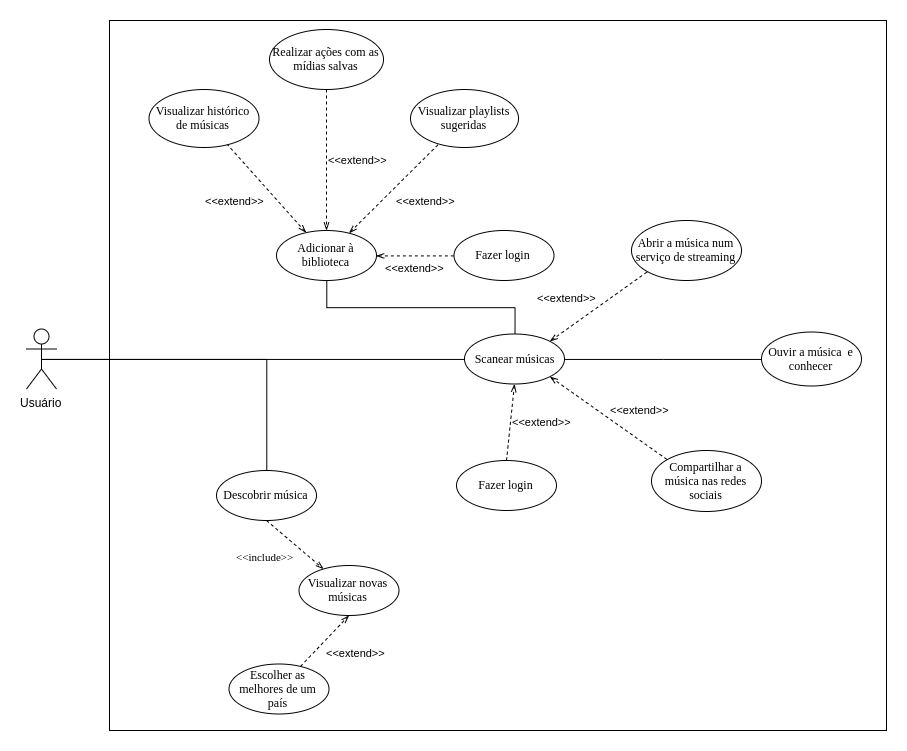
The draw.io diagram docs/assets/img/DCU/DCU_geral.png in Wictorgirardi/2019.2-Shazam, before a commit. Source tidied: cells renumbered, new cells last; positions are measured from the earlier drawing's top-left corner, leaving out a move shared by most shapes.
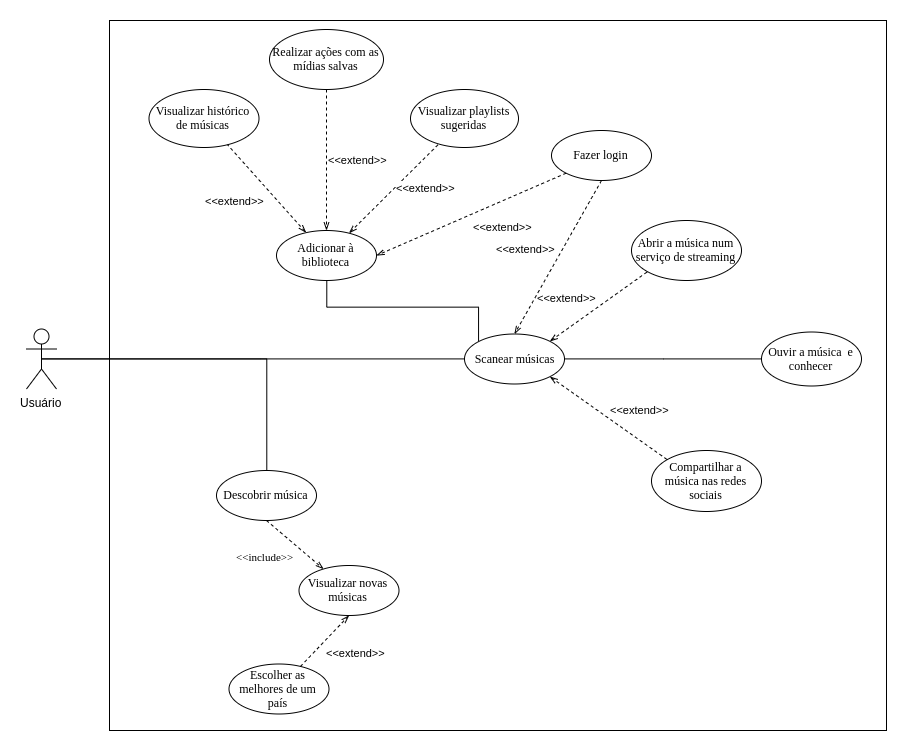
Later version of the same file.

Commit message:
Novo diagrama geral

Diff of the diagram source:
```diff
@@ -32,19 +32,13 @@
     <mxCell id="11" value="&lt;div&gt;Ouvir a música&amp;nbsp; e conhecer&lt;br&gt;&lt;/div&gt;" style="ellipse;whiteSpace=wrap;html=1;fillColor=none;fontFamily=Verdana;" parent="1" vertex="1">
       <mxGeometry x="735" y="311.5" width="100" height="54" as="geometry" />
     </mxCell>
-    <mxCell id="12" value="&lt;span style=&quot;font-family: &amp;#34;helvetica&amp;#34; ; font-size: 11px ; text-align: center&quot;&gt;&amp;lt;&amp;lt;extend&amp;gt;&amp;gt;&lt;/span&gt;" style="rounded=0;jettySize=auto;html=1;exitX=0.5;exitY=0;exitDx=0;exitDy=0;entryX=0.5;entryY=1;entryDx=0;entryDy=0;startArrow=none;startFill=0;endArrow=openThin;endFill=0;fontFamily=Verdana;fontSize=10;dashed=1;labelPosition=right;verticalLabelPosition=middle;align=left;verticalAlign=middle;" parent="1" edge="1" source="13" target="10">
-      <mxGeometry relative="1" as="geometry" />
-    </mxCell>
-    <mxCell id="13" value="Fazer login" style="ellipse;whiteSpace=wrap;html=1;fillColor=none;fontFamily=Verdana;" parent="1" vertex="1">
-      <mxGeometry x="430" y="440" width="100" height="50" as="geometry" />
-    </mxCell>
     <mxCell id="14" value="&lt;span style=&quot;font-size: 11px ; text-align: center&quot;&gt;&amp;lt;&amp;lt;extend&amp;gt;&amp;gt;&lt;/span&gt;" style="rounded=0;jettySize=auto;html=1;startArrow=openThin;startFill=0;endArrow=none;endFill=0;fontSize=10;labelPosition=left;verticalLabelPosition=bottom;align=right;verticalAlign=top;dashed=1;" parent="1" edge="1" source="17" target="19">
       <mxGeometry relative="1" as="geometry" />
     </mxCell>
-    <mxCell id="15" value="&lt;span style=&quot;font-size: 11px ; text-align: center&quot;&gt;&amp;lt;&amp;lt;extend&amp;gt;&amp;gt;&lt;/span&gt;" style="edgeStyle=none;rounded=0;jettySize=auto;html=1;startArrow=openThin;startFill=0;endArrow=none;endFill=0;fontSize=10;labelPosition=right;verticalLabelPosition=bottom;align=left;verticalAlign=top;dashed=1;" parent="1" edge="1" source="17" target="18">
+    <mxCell id="15" value="&lt;span style=&quot;font-size: 11px ; text-align: center&quot;&gt;&amp;lt;&amp;lt;extend&amp;gt;&amp;gt;&lt;/span&gt;" style="edgeStyle=none;rounded=0;jettySize=auto;html=1;startArrow=openThin;startFill=0;endArrow=none;endFill=0;fontSize=10;labelPosition=right;verticalLabelPosition=middle;align=left;verticalAlign=middle;dashed=1;" parent="1" edge="1" source="17" target="18">
       <mxGeometry relative="1" as="geometry" />
     </mxCell>
-    <mxCell id="16" style="rounded=0;jettySize=auto;html=1;exitX=0.5;exitY=1;exitDx=0;exitDy=0;entryX=0.5;entryY=0;entryDx=0;entryDy=0;startArrow=none;startFill=0;endArrow=none;endFill=0;labelPosition=left;verticalLabelPosition=bottom;align=right;verticalAlign=top;edgeStyle=orthogonalEdgeStyle;" parent="1" edge="1" source="17" target="10">
+    <mxCell id="16" style="rounded=0;jettySize=auto;html=1;exitX=0.5;exitY=1;exitDx=0;exitDy=0;entryX=0;entryY=0;entryDx=0;entryDy=0;startArrow=none;startFill=0;endArrow=none;endFill=0;labelPosition=left;verticalLabelPosition=bottom;align=right;verticalAlign=top;edgeStyle=orthogonalEdgeStyle;" parent="1" edge="1" source="17" target="10">
       <mxGeometry x="-0.21" y="-28" relative="1" as="geometry" />
     </mxCell>
     <mxCell id="17" value="Adicionar à biblioteca" style="ellipse;whiteSpace=wrap;html=1;fillColor=none;fontFamily=Verdana;" parent="1" vertex="1">
@@ -80,11 +74,14 @@
     <mxCell id="27" value="Abrir a música num serviço de streaming" style="ellipse;whiteSpace=wrap;html=1;fillColor=none;fontFamily=Verdana;" parent="1" vertex="1">
       <mxGeometry x="605" y="200" width="110" height="60" as="geometry" />
     </mxCell>
-    <mxCell id="28" value="&amp;lt;&amp;lt;extend&amp;gt;&amp;gt;" style="edgeStyle=orthogonalEdgeStyle;rounded=0;jettySize=auto;html=1;exitX=0;exitY=0.5;exitDx=0;exitDy=0;entryX=1;entryY=0.5;entryDx=0;entryDy=0;endArrow=openThin;endFill=0;dashed=1;labelPosition=center;verticalLabelPosition=bottom;align=center;verticalAlign=top;" parent="1" edge="1" source="29" target="17">
+    <mxCell id="28" value="&amp;lt;&amp;lt;extend&amp;gt;&amp;gt;" style="rounded=0;jettySize=auto;html=1;exitX=0;exitY=1;exitDx=0;exitDy=0;entryX=1;entryY=0.5;entryDx=0;entryDy=0;endArrow=openThin;endFill=0;dashed=1;labelPosition=right;verticalLabelPosition=bottom;align=left;verticalAlign=top;" parent="1" edge="1" source="29" target="17">
       <mxGeometry relative="1" as="geometry" />
     </mxCell>
+    <mxCell id="12" value="&lt;span style=&quot;font-family: &amp;#34;helvetica&amp;#34;&quot;&gt;&amp;lt;&amp;lt;extend&amp;gt;&amp;gt;&lt;/span&gt;" style="edgeStyle=none;rounded=0;jettySize=auto;html=1;exitX=0.5;exitY=1;exitDx=0;exitDy=0;entryX=0.5;entryY=0;entryDx=0;entryDy=0;startArrow=none;startFill=0;endArrow=openThin;endFill=0;dashed=1;labelPosition=left;verticalLabelPosition=top;align=right;verticalAlign=bottom;" parent="1" edge="1" source="29" target="10">
+      <mxGeometry relative="1" as="geometry" />
+    </mxCell>
     <mxCell id="29" value="Fazer login" style="ellipse;whiteSpace=wrap;html=1;fillColor=none;fontFamily=Verdana;" parent="1" vertex="1">
-      <mxGeometry x="427.5" y="210" width="100" height="50" as="geometry" />
+      <mxGeometry x="525" y="110" width="100" height="50" as="geometry" />
     </mxCell>
   </root>
 </mxGraphModel>
```
